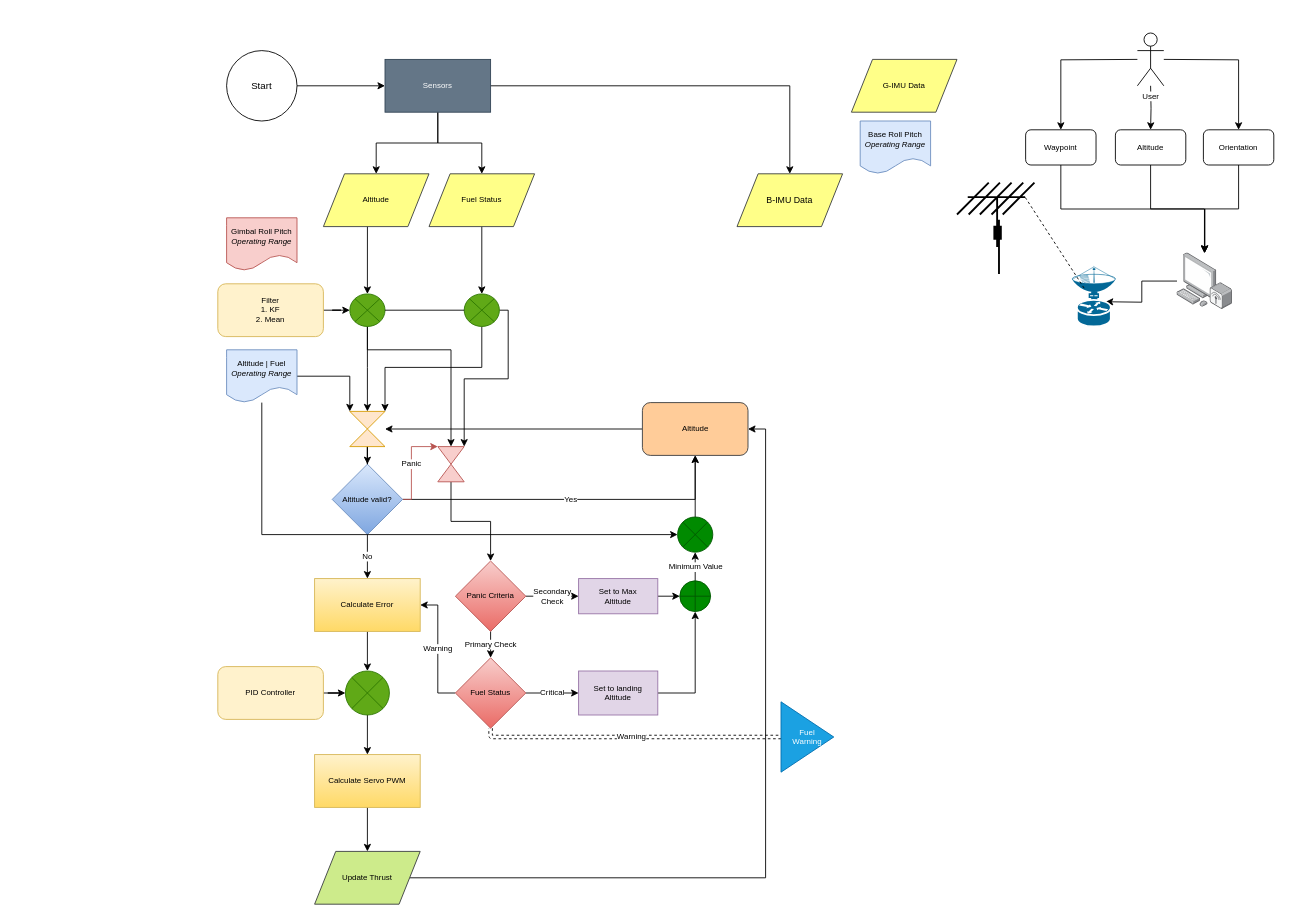
Before: page "System Logic" (2 of 5) of Diagrams/SystemArchitecture.drawio in antarikshnarain/ArtemisLeapFrog, a draw.io diagram. Source tidied: cells renumbered, new cells numbered last; positions are measured from the earlier drawing's top-left corner, leaving out a move shared by most shapes. Both pictures are drawn from the tidied source at 88%, with x=0, y=0 at pixel (217, 33).
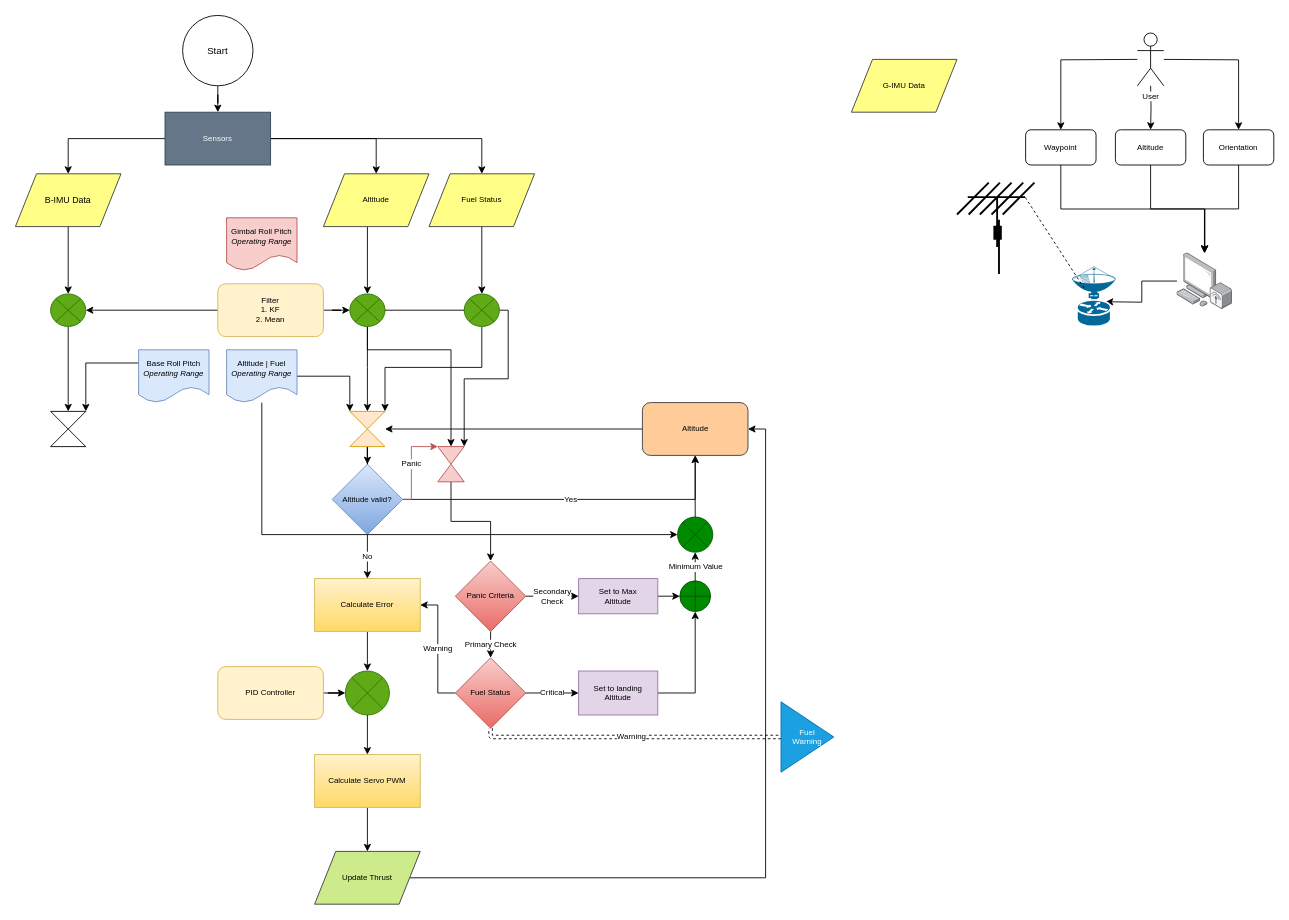
The same diagram, later.

Unchanged cells that the change refers to:
```xml
<mxCell id="28" value="Filter&lt;br&gt;1. KF&lt;br&gt;2. Mean" style="rounded=1;whiteSpace=wrap;html=1;fontSize=9;fillColor=#fff2cc;strokeColor=#d6b656;glass=0;" parent="1" vertex="1">
  <mxGeometry y="285" width="120" height="60" as="geometry" />
</mxCell>
```

Change to the diagram source:
```diff
@@
-    <mxCell id="2" style="edgeStyle=orthogonalEdgeStyle;rounded=0;jettySize=auto;html=1;entryX=0;entryY=0.5;entryDx=0;entryDy=0;strokeWidth=1;fontSize=9;align=center;" parent="1" edge="1" source="3" target="11">
+    <mxCell id="2" style="edgeStyle=orthogonalEdgeStyle;rounded=0;jettySize=auto;html=1;entryX=0.5;entryY=0;entryDx=0;entryDy=0;strokeWidth=1;fontSize=9;align=center;" parent="1" edge="1" source="3" target="11">
       <mxGeometry relative="1" as="geometry" />
     </mxCell>
     <mxCell id="3" value="&lt;font style=&quot;font-size: 11px&quot;&gt;Start&lt;/font&gt;" style="ellipse;whiteSpace=wrap;html=1;fontSize=9;" parent="1" vertex="1">
-      <mxGeometry x="10" y="20" width="80" height="80" as="geometry" />
+      <mxGeometry x="-40" y="-20" width="80" height="80" as="geometry" />
     </mxCell>
+    <mxCell id="79" style="edgeStyle=orthogonalEdgeStyle;rounded=0;jettySize=auto;html=1;entryX=0.5;entryY=0;entryDx=0;entryDy=0;strokeWidth=1;fontSize=9;align=center;" parent="1" edge="1" source="4" target="83">
+      <mxGeometry relative="1" as="geometry" />
+    </mxCell>
     <mxCell id="4" value="&lt;font size=&quot;1&quot;&gt;B-IMU Data&lt;/font&gt;" style="shape=parallelogram;perimeter=parallelogramPerimeter;whiteSpace=wrap;html=1;fontSize=9;fillColor=#ffff88;strokeColor=#36393d;" parent="1" vertex="1">
-      <mxGeometry x="590" y="160" width="120" height="60" as="geometry" />
+      <mxGeometry x="-230" y="160" width="120" height="60" as="geometry" />
     </mxCell>
@@
     <mxCell id="11" value="Sensors" style="rounded=0;whiteSpace=wrap;html=1;fontSize=9;fillColor=#647687;strokeColor=#314354;fontColor=#ffffff;" parent="1" vertex="1">
-      <mxGeometry x="190" y="30" width="120" height="60" as="geometry" />
+      <mxGeometry x="-60" y="90" width="120" height="60" as="geometry" />
     </mxCell>
@@
+    <mxCell id="80" style="edgeStyle=orthogonalEdgeStyle;rounded=0;jettySize=auto;html=1;entryX=1;entryY=0.5;entryDx=0;entryDy=0;strokeWidth=1;fontSize=9;align=center;" parent="1" edge="1" source="28" target="83">
+      <mxGeometry relative="1" as="geometry" />
+    </mxCell>
@@
+    <mxCell id="81" style="edgeStyle=orthogonalEdgeStyle;rounded=0;jettySize=auto;html=1;exitX=0;exitY=0.25;exitDx=0;exitDy=0;entryX=1;entryY=0;entryDx=0;entryDy=0;strokeWidth=1;fontSize=9;align=center;" parent="1" edge="1" source="39" target="84">
+      <mxGeometry relative="1" as="geometry" />
+    </mxCell>
     <mxCell id="39" value="Base Roll Pitch&lt;br&gt;&lt;i&gt;Operating Range&lt;/i&gt;" style="shape=document;whiteSpace=wrap;html=1;boundedLbl=1;fontSize=9;fillColor=#dae8fc;strokeColor=#6c8ebf;" parent="1" vertex="1">
-      <mxGeometry x="730" y="100" width="80" height="60" as="geometry" />
+      <mxGeometry x="-90" y="360" width="80" height="60" as="geometry" />
     </mxCell>
@@
+    <mxCell id="82" style="edgeStyle=orthogonalEdgeStyle;rounded=0;jettySize=auto;html=1;entryX=0.5;entryY=0;entryDx=0;entryDy=0;strokeWidth=1;fontSize=9;align=center;" parent="1" edge="1" source="83" target="84">
+      <mxGeometry relative="1" as="geometry" />
+    </mxCell>
+    <mxCell id="83" style="shape=sumEllipse;perimeter=ellipsePerimeter;whiteSpace=wrap;html=1;backgroundOutline=1;fontSize=9;fillColor=#60a917;strokeColor=#2D7600;fontColor=#ffffff;" parent="1" vertex="1">
+      <mxGeometry x="-190" y="296.5" width="40" height="37" as="geometry" />
+    </mxCell>
+    <mxCell id="84" style="shape=collate;whiteSpace=wrap;html=1;glass=0;fontSize=9;" parent="1" vertex="1">
+      <mxGeometry x="-190" y="430" width="40" height="40" as="geometry" />
+    </mxCell>
```
